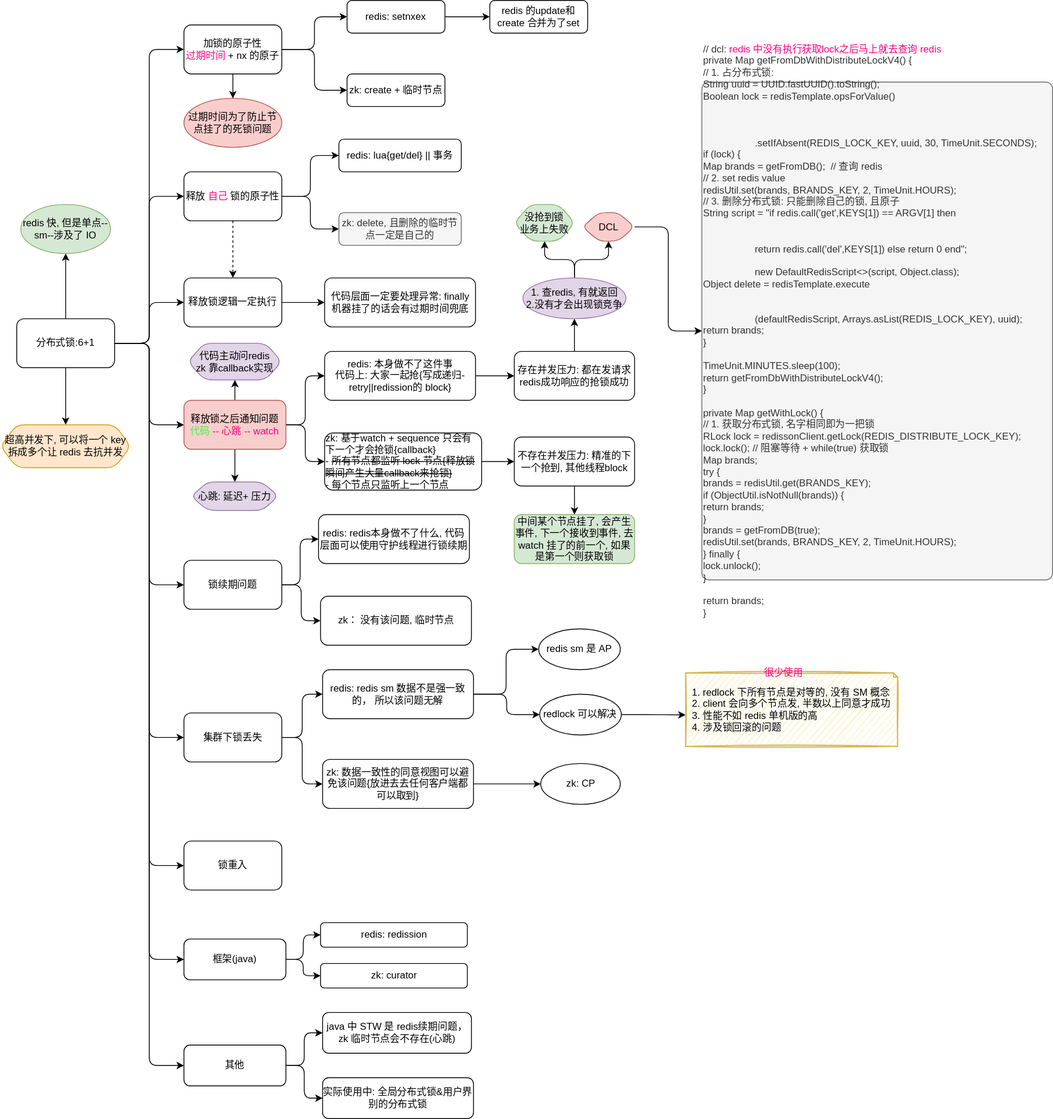
Alice52/diagrams keeps this draw.io diagram as diagrams/dist/01.dist-lock.svg. Above is the earlier version. Source tidied: cells renumbered, new cells last; positions are measured from the earlier drawing's top-left corner, leaving out a move shared by most shapes.
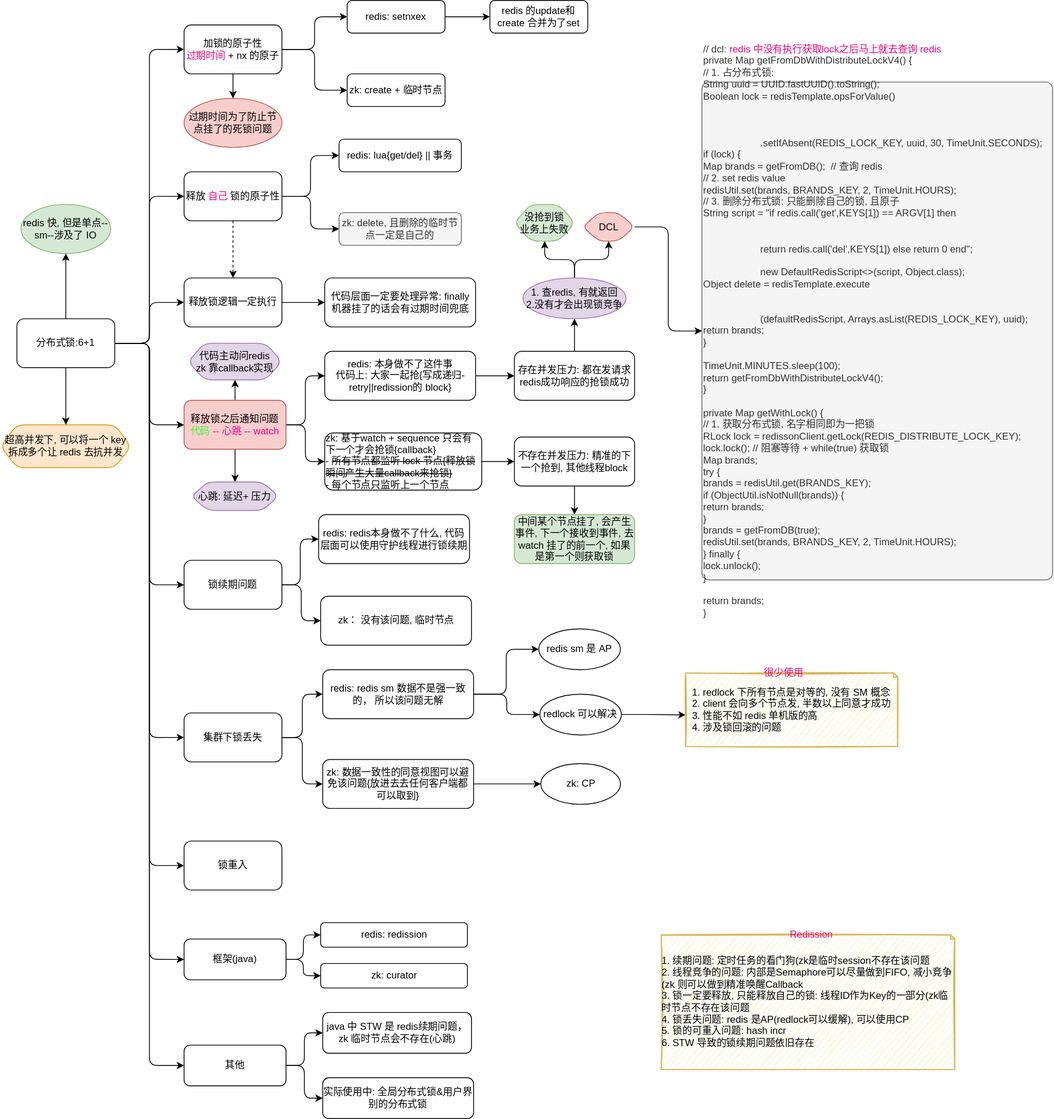
After the change.

What changed in the source:
```diff
@@ -260,5 +260,14 @@
     <mxCell id="87" value="zk: curator" style="rounded=1;whiteSpace=wrap;html=1;" parent="1" vertex="1">
       <mxGeometry x="392.5" y="1180" width="180" height="30" as="geometry" />
     </mxCell>
+    <mxCell id="88" style="group;" parent="1" vertex="1">
+      <mxGeometry x="810" y="1130" width="360" height="180" as="geometry" />
+    </mxCell>
+    <mxCell id="89" value="&lt;div style=&quot;color: rgb(0, 0, 0); font-size: 12px; text-align: left;&quot;&gt;1. 续期问题: 定时任务的看门狗(zk是临时session不存在该问题&lt;/div&gt;&lt;div style=&quot;color: rgb(0, 0, 0); font-size: 12px; text-align: left;&quot;&gt;2. 线程竞争的问题: 内部是Semaphore可以尽量做到FIFO, 减小竞争(zk 则可以做到精准唤醒Callback&lt;/div&gt;&lt;div style=&quot;color: rgb(0, 0, 0); font-size: 12px; text-align: left;&quot;&gt;3.&amp;nbsp;&lt;span style=&quot;color: rgb(0, 0, 0); background-color: transparent;&quot;&gt;锁一定要释放,&amp;nbsp;&lt;/span&gt;&lt;span style=&quot;background-color: transparent;&quot;&gt;只能释放自己的锁: 线程ID作为Key的一部分(zk临时节点不存在该问题&lt;/span&gt;&lt;/div&gt;&lt;div style=&quot;color: rgb(0, 0, 0); font-size: 12px; text-align: left;&quot;&gt;4. 锁丢失问题: redis 是AP(redlock可以缓解), 可以使用CP&lt;/div&gt;&lt;div style=&quot;color: rgb(0, 0, 0); font-size: 12px; text-align: left;&quot;&gt;5. 锁的可重入问题: hash incr&lt;/div&gt;&lt;div style=&quot;color: rgb(0, 0, 0); font-size: 12px; text-align: left;&quot;&gt;6. STW 导致的锁续期问题依旧存在&lt;/div&gt;" style="shape=note;strokeWidth=1.5;fontSize=14;size=5;whiteSpace=wrap;html=1;fillColor=#fff2cc;strokeColor=#d6b656;fontColor=#666600;perimeterSpacing=1;shadow=0;sketch=1;" parent="88" vertex="1">
+      <mxGeometry y="15" width="360" height="165" as="geometry" />
+    </mxCell>
+    <mxCell id="90" value="&lt;font color=&quot;#ff0080&quot;&gt;Redission&lt;/font&gt;" style="text;html=1;align=center;verticalAlign=middle;strokeColor=none;" parent="88" vertex="1">
+      <mxGeometry x="144" width="80" height="30" as="geometry" />
+    </mxCell>
   </root>
 </mxGraphModel>
```
